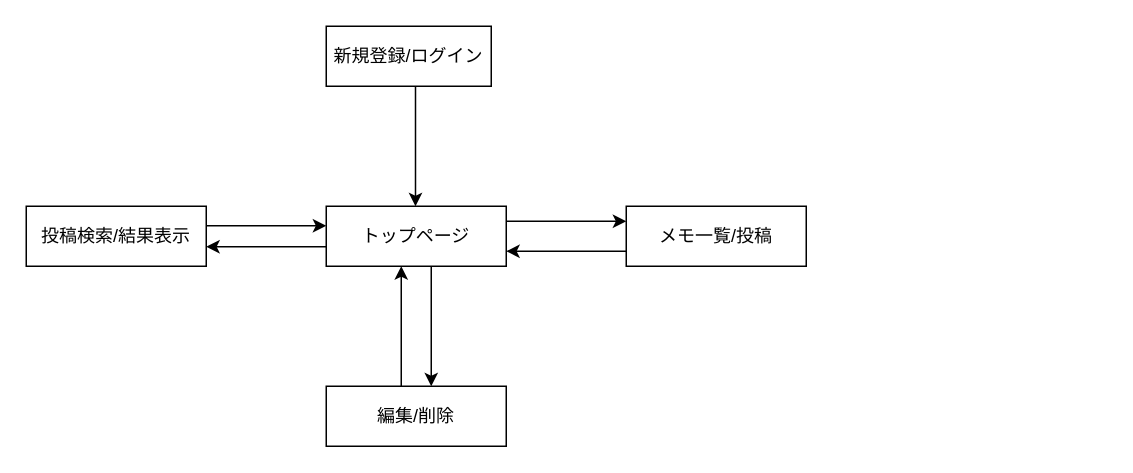
Above: page.dio in I-Kouta/easy-memo (draw.io), before the change. Source tidied: cells renumbered, new cells numbered last; positions are measured from the earlier drawing's top-left corner, leaving out a move shared by most shapes. Both pictures are drawn from the tidied source at 150%, with x=0, y=0 at pixel (26, 26).
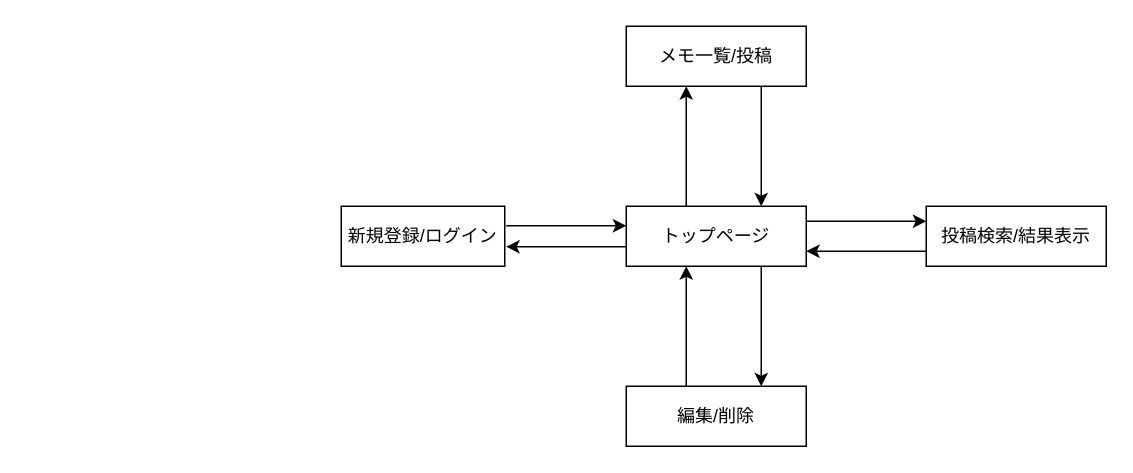
The same page after the edit.

Commit message:
画面遷移図の修正

What changed in the source:
```diff
@@
     <mxCell id="2" value="トップページ" style="rounded=0;whiteSpace=wrap;html=1;" parent="1" vertex="1">
-      <mxGeometry x="200" y="120" width="120" height="40" as="geometry" />
+      <mxGeometry x="400" y="120" width="120" height="40" as="geometry" />
     </mxCell>
     <mxCell id="3" value="新規登録/ログイン" style="rounded=0;whiteSpace=wrap;html=1;" parent="1" vertex="1">
-      <mxGeometry x="200" width="110" height="40" as="geometry" />
+      <mxGeometry x="210" y="120" width="109" height="40" as="geometry" />
     </mxCell>
     <mxCell id="4" style="endArrow=classic;html=1;" parent="1" edge="1">
       <mxGeometry relative="1" as="geometry">
-        <mxPoint x="259.5" y="40" as="sourcePoint" />
-        <mxPoint x="259.5" y="120" as="targetPoint" />
+        <mxPoint x="440" y="120" as="sourcePoint" />
+        <mxPoint x="440" y="40" as="targetPoint" />
       </mxGeometry>
     </mxCell>
     <mxCell id="5" value="メモ一覧/投稿" style="rounded=0;whiteSpace=wrap;html=1;" parent="1" vertex="1">
-      <mxGeometry x="400" y="120" width="120" height="40" as="geometry" />
+      <mxGeometry x="400" width="120" height="40" as="geometry" />
     </mxCell>
     <mxCell id="6" style="endArrow=classic;html=1;" parent="1" edge="1">
       <mxGeometry relative="1" as="geometry">
-        <mxPoint x="320" y="130" as="sourcePoint" />
-        <mxPoint x="400" y="130" as="targetPoint" />
+        <mxPoint x="520" y="130" as="sourcePoint" />
+        <mxPoint x="600" y="130" as="targetPoint" />
       </mxGeometry>
     </mxCell>
     <mxCell id="7" value="編集/削除" style="rounded=0;whiteSpace=wrap;html=1;" parent="1" vertex="1">
-      <mxGeometry x="200" y="240" width="120" height="40" as="geometry" />
+      <mxGeometry x="400" y="240" width="120" height="40" as="geometry" />
     </mxCell>
     <mxCell id="8" style="endArrow=classic;html=1;" parent="1" edge="1">
       <mxGeometry relative="1" as="geometry">
-        <mxPoint x="270" y="160" as="sourcePoint" />
-        <mxPoint x="270" y="240" as="targetPoint" />
+        <mxPoint x="490" y="160" as="sourcePoint" />
+        <mxPoint x="490" y="240" as="targetPoint" />
       </mxGeometry>
     </mxCell>
     <mxCell id="9" style="endArrow=classic;html=1;" parent="1" edge="1">
       <mxGeometry relative="1" as="geometry">
-        <mxPoint x="250" y="240" as="sourcePoint" />
-        <mxPoint x="250" y="160" as="targetPoint" />
+        <mxPoint x="440" y="240" as="sourcePoint" />
+        <mxPoint x="440" y="160" as="targetPoint" />
       </mxGeometry>
     </mxCell>
     <mxCell id="10" style="endArrow=classic;html=1;" parent="1" edge="1">
       <mxGeometry relative="1" as="geometry">
-        <mxPoint x="400" y="150" as="sourcePoint" />
-        <mxPoint x="320" y="150" as="targetPoint" />
+        <mxPoint x="600" y="150" as="sourcePoint" />
+        <mxPoint x="520" y="150" as="targetPoint" />
       </mxGeometry>
     </mxCell>
     <mxCell id="11" value="投稿検索/結果表示" style="rounded=0;whiteSpace=wrap;html=1;" parent="1" vertex="1">
-      <mxGeometry y="120" width="120" height="40" as="geometry" />
+      <mxGeometry x="600" y="120" width="120" height="40" as="geometry" />
     </mxCell>
     <mxCell id="12" style="endArrow=classic;html=1;" parent="1" edge="1">
       <mxGeometry relative="1" as="geometry">
-        <mxPoint x="200" y="147" as="sourcePoint" />
-        <mxPoint x="120" y="147" as="targetPoint" />
+        <mxPoint x="400" y="147" as="sourcePoint" />
+        <mxPoint x="320" y="147" as="targetPoint" />
       </mxGeometry>
     </mxCell>
     <mxCell id="13" style="endArrow=classic;html=1;" parent="1" edge="1">
       <mxGeometry relative="1" as="geometry">
-        <mxPoint x="120" y="133" as="sourcePoint" />
-        <mxPoint x="200" y="133" as="targetPoint" />
+        <mxPoint x="320" y="133" as="sourcePoint" />
+        <mxPoint x="400" y="133" as="targetPoint" />
       </mxGeometry>
     </mxCell>
+    <mxCell id="14" style="endArrow=classic;html=1;" parent="1" edge="1">
+      <mxGeometry relative="1" as="geometry">
+        <mxPoint x="490" y="40" as="sourcePoint" />
+        <mxPoint x="490" y="120" as="targetPoint" />
+      </mxGeometry>
+    </mxCell>
```
